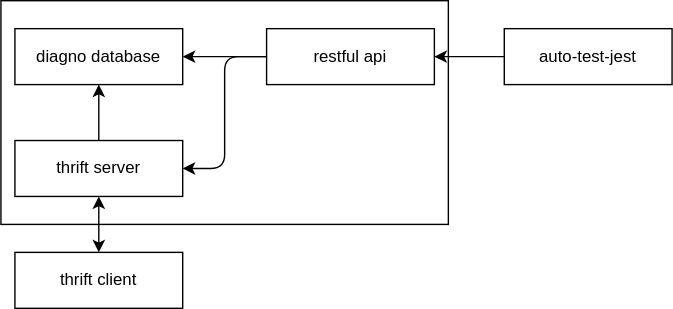
Before: SDN/.assets/software_design.drawio.svg, a diagram exported from draw.io (YEP-Autumn/doc). Source tidied: cells renumbered, new cells last; positions are measured from the earlier drawing's top-left corner, leaving out a move shared by most shapes.
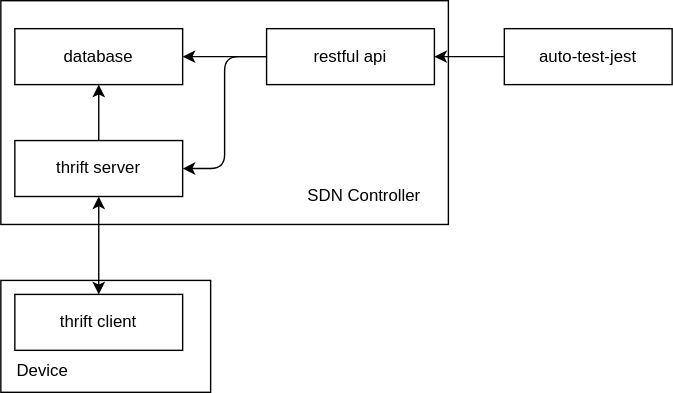
The same file after the commit.

What changed in the source:
```diff
@@ -2,8 +2,11 @@
   <root>
     <mxCell id="0" />
     <mxCell id="1" parent="0" />
+    <mxCell id="13" style="rounded=0;whiteSpace=wrap;html=1;" parent="1" vertex="1">
+      <mxGeometry y="200" width="150" height="80" as="geometry" />
+    </mxCell>
     <mxCell id="2" value="thrift client" style="rounded=0;whiteSpace=wrap;html=1;" parent="1" vertex="1">
-      <mxGeometry x="10" y="180" width="120" height="40" as="geometry" />
+      <mxGeometry x="10" y="210" width="120" height="40" as="geometry" />
     </mxCell>
     <mxCell id="3" style="rounded=0;whiteSpace=wrap;html=1;" parent="1" vertex="1">
       <mxGeometry width="320" height="160" as="geometry" />
@@ -14,7 +17,7 @@
     <mxCell id="5" value="thrift server" style="rounded=0;whiteSpace=wrap;html=1;" parent="1" vertex="1">
       <mxGeometry x="10" y="100" width="120" height="40" as="geometry" />
     </mxCell>
-    <mxCell id="6" value="diagno database" style="rounded=0;whiteSpace=wrap;html=1;" parent="1" vertex="1">
+    <mxCell id="6" value="database" style="rounded=0;whiteSpace=wrap;html=1;" parent="1" vertex="1">
       <mxGeometry x="10" y="20" width="120" height="40" as="geometry" />
     </mxCell>
     <mxCell id="7" style="edgeStyle=none;html=1;entryX=0.5;entryY=1;entryDx=0;entryDy=0;startArrow=classic;startFill=1;" parent="1" edge="1" source="2" target="5">
@@ -40,5 +43,11 @@
     <mxCell id="12" value="auto-test-jest" style="rounded=0;whiteSpace=wrap;html=1;" parent="1" vertex="1">
       <mxGeometry x="360" y="20" width="120" height="40" as="geometry" />
     </mxCell>
+    <mxCell id="14" value="Device" style="text;html=1;align=center;verticalAlign=middle;whiteSpace=wrap;rounded=0;" parent="1" vertex="1">
+      <mxGeometry y="250" width="60" height="30" as="geometry" />
+    </mxCell>
+    <mxCell id="15" value="SDN Controller" style="text;html=1;align=center;verticalAlign=middle;whiteSpace=wrap;rounded=0;" parent="1" vertex="1">
+      <mxGeometry x="200" y="120" width="120" height="40" as="geometry" />
+    </mxCell>
   </root>
 </mxGraphModel>
```
